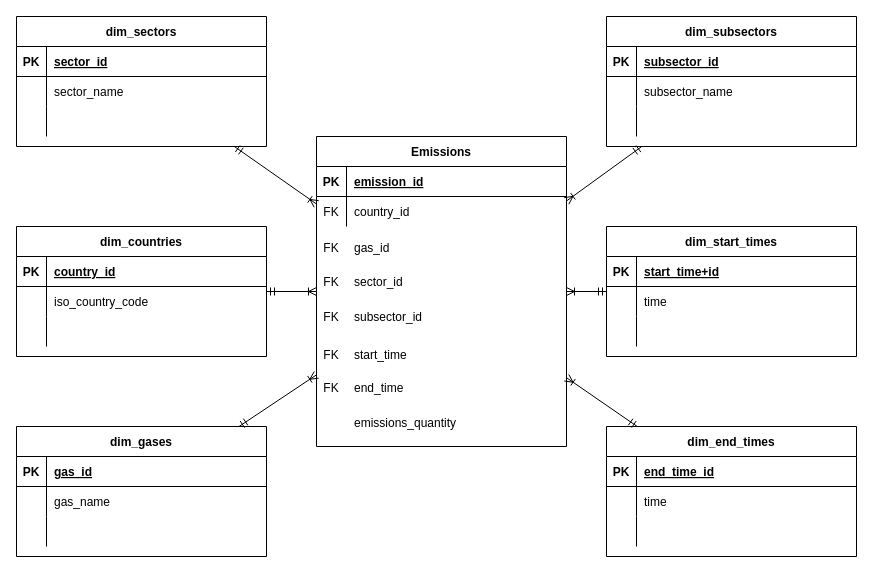
The draw.io diagram Deliverable 2/Final Dimensional Model.drawio in kaiden-ong/GreenhouseGases, before the edit. Source tidied: cells renumbered, new cells numbered last; positions are measured from the earlier drawing's top-left corner, leaving out a move shared by most shapes. Both pictures are drawn from the tidied source at 100%, with x=0, y=0 at pixel (16, 16).
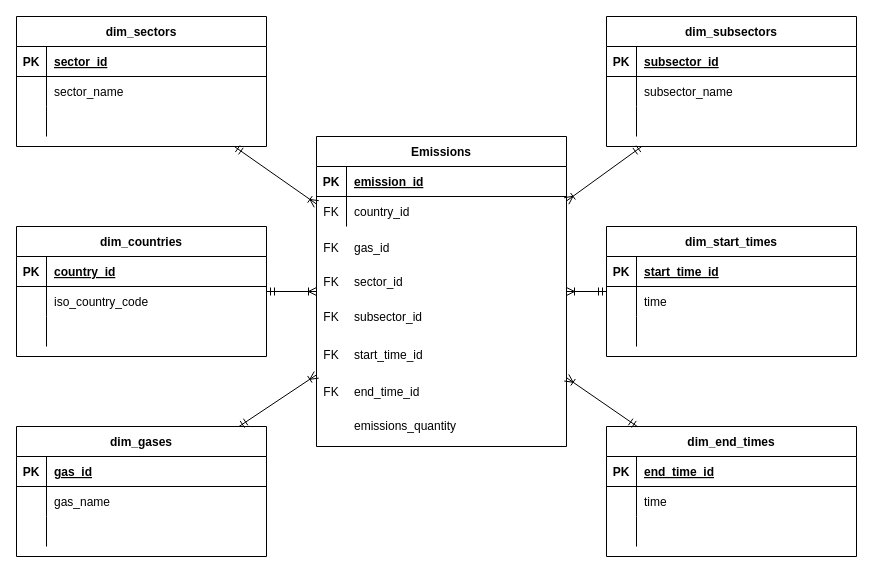
The same diagram, later.

Unchanged cells that the change refers to:
```xml
<mxCell id="32" style="group;" parent="1" vertex="1">
  <mxGeometry x="300" y="120" width="250" height="310" as="geometry" />
</mxCell>
<mxCell id="46" style="shape=partialRectangle;fillColor=none;top=0;left=0;right=0;bottom=0;" parent="32" vertex="1">
  <mxGeometry y="187.4" width="250" height="62" as="geometry" />
</mxCell>
<mxCell id="81" style="shape=partialRectangle;fillColor=none;top=0;left=0;right=0;bottom=1;" parent="80" vertex="1">
  <mxGeometry y="30" width="250" height="30" as="geometry" />
</mxCell>
```

The edit, as a diff of the source:
```diff
@@
-    <mxCell id="48" value="start_time" style="shape=partialRectangle;overflow=hidden;fillColor=none;top=0;left=0;bottom=0;right=0;align=left;spacingLeft=6;" parent="46" vertex="1">
+    <mxCell id="48" value="start_time_id" style="shape=partialRectangle;overflow=hidden;fillColor=none;top=0;left=0;bottom=0;right=0;align=left;spacingLeft=6;" parent="46" vertex="1">
       <mxGeometry x="30" width="220" height="62" as="geometry" />
     </mxCell>
     <mxCell id="49" value="emissions_quantity" style="shape=partialRectangle;overflow=hidden;fillColor=none;top=0;left=0;bottom=0;right=0;align=left;spacingLeft=6;" parent="32" vertex="1">
-      <mxGeometry x="30" y="255" width="220" height="62" as="geometry" />
+      <mxGeometry x="30" y="258" width="220" height="62" as="geometry" />
     </mxCell>
@@
     <mxCell id="53" style="shape=partialRectangle;fillColor=none;top=0;left=0;right=0;bottom=0;" parent="32" vertex="1">
-      <mxGeometry y="220" width="250" height="62" as="geometry" />
+      <mxGeometry y="224" width="250" height="62" as="geometry" />
     </mxCell>
@@
-    <mxCell id="55" value="end_time" style="shape=partialRectangle;overflow=hidden;fillColor=none;top=0;left=0;bottom=0;right=0;align=left;spacingLeft=6;" parent="53" vertex="1">
+    <mxCell id="55" value="end_time_id" style="shape=partialRectangle;overflow=hidden;fillColor=none;top=0;left=0;bottom=0;right=0;align=left;spacingLeft=6;" parent="53" vertex="1">
       <mxGeometry x="30" width="220" height="62" as="geometry" />
     </mxCell>
@@
-    <mxCell id="83" value="start_time+id" style="shape=partialRectangle;overflow=hidden;fillColor=none;top=0;left=0;bottom=0;right=0;align=left;spacingLeft=6;fontStyle=5;" parent="81" vertex="1">
+    <mxCell id="83" value="start_time_id" style="shape=partialRectangle;overflow=hidden;fillColor=none;top=0;left=0;bottom=0;right=0;align=left;spacingLeft=6;fontStyle=5;" parent="81" vertex="1">
       <mxGeometry x="30" width="220" height="30" as="geometry" />
     </mxCell>
```
